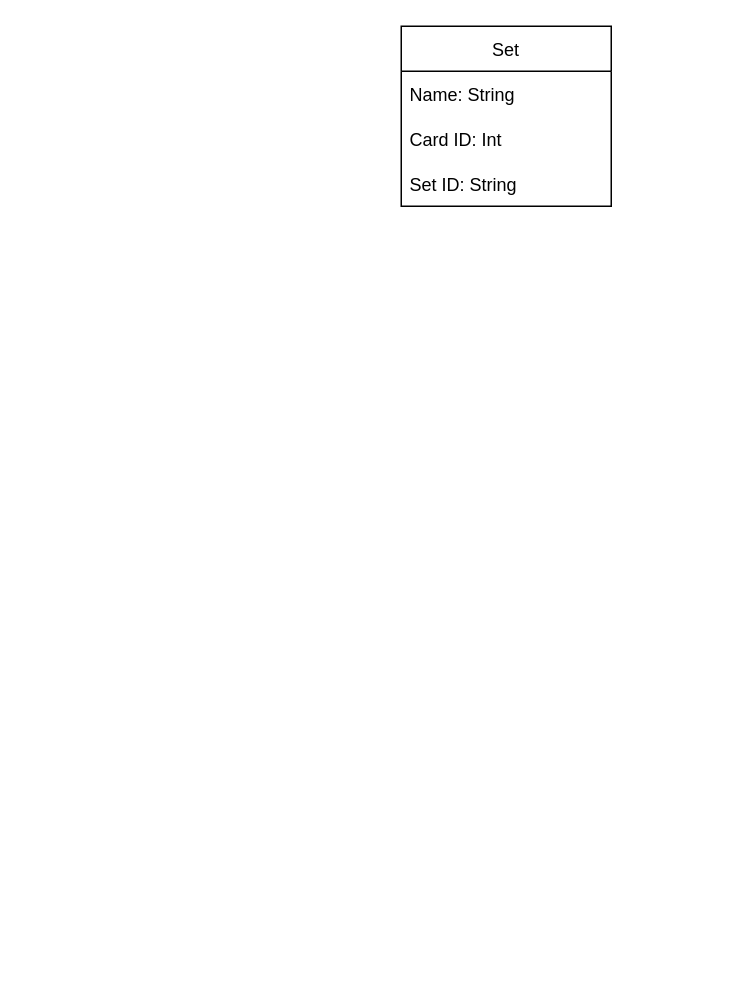
LiamFallon213/charts-diagrams.net- keeps this draw.io diagram as ERDiagram.drawio. Above is the earlier version. Source tidied: cells renumbered, new cells numbered last; positions are measured from the earlier drawing's top-left corner, leaving out a move shared by most shapes. Both pictures are drawn from the tidied source at 150%, with x=0, y=0 at pixel (400, 26).
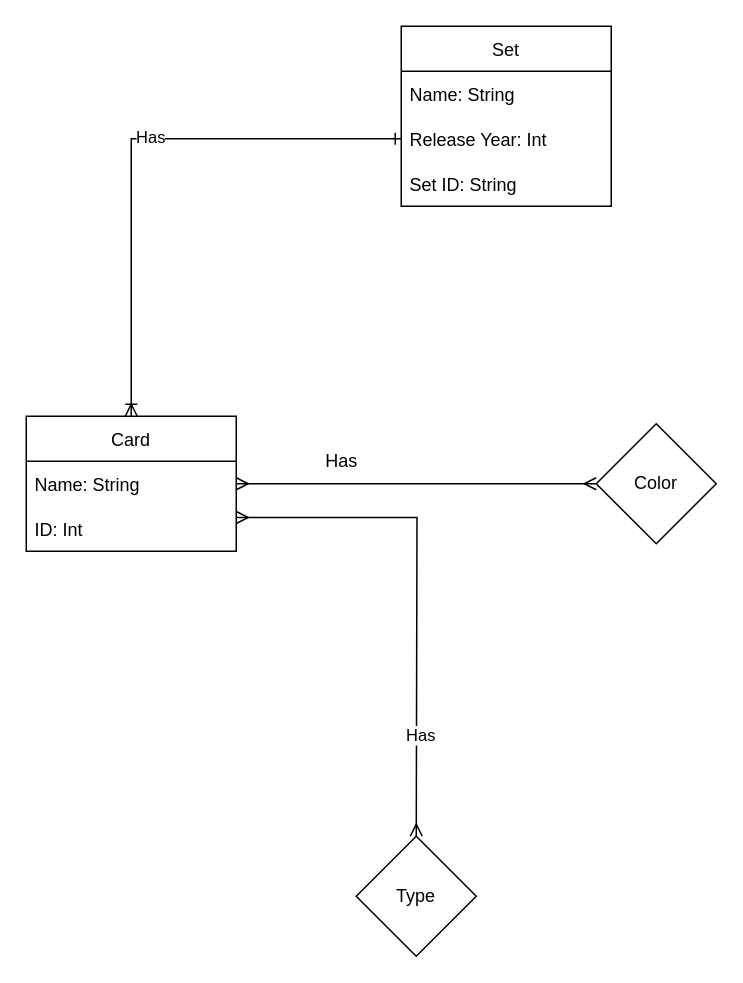
The same diagram, later.

Diff of the diagram source:
```diff
@@
 <mxGraphModel>
   <root>
     <mxCell id="0" />
     <mxCell id="1" parent="0" />
     <mxCell id="2" value="Set" style="swimlane;fontStyle=0;horizontal=1;startSize=30;" parent="1" vertex="1">
       <mxGeometry width="140" height="120" as="geometry" />
     </mxCell>
     <mxCell id="3" value="Name: String   " style="text;strokeColor=none;fillColor=none;align=left;verticalAlign=middle;spacingLeft=4;spacingRight=4;overflow=hidden;" parent="2" vertex="1">
       <mxGeometry y="30" width="140" height="30" as="geometry" />
     </mxCell>
-    <mxCell id="4" value="Card ID: Int" style="text;strokeColor=none;fillColor=none;align=left;verticalAlign=middle;spacingLeft=4;spacingRight=4;overflow=hidden;points=[[0,0.5],[1,0.5]];portConstraint=eastwest;" parent="2" vertex="1">
+    <mxCell id="4" value="Release Year: Int" style="text;strokeColor=none;fillColor=none;align=left;verticalAlign=middle;spacingLeft=4;spacingRight=4;overflow=hidden;points=[[0,0.5],[1,0.5]];portConstraint=eastwest;" parent="2" vertex="1">
       <mxGeometry y="60" width="140" height="30" as="geometry" />
     </mxCell>
     <mxCell id="5" value="Set ID: String" style="text;strokeColor=none;fillColor=none;align=left;verticalAlign=middle;spacingLeft=4;spacingRight=4;overflow=hidden;" parent="2" vertex="1">
       <mxGeometry y="90" width="140" height="30" as="geometry" />
     </mxCell>
+    <mxCell id="6" style="edgeStyle=orthogonalEdgeStyle;rounded=0;jettySize=auto;html=1;exitX=1;exitY=0.5;exitDx=0;exitDy=0;entryX=0;entryY=0.5;entryDx=0;entryDy=0;startArrow=ERmany;startFill=0;endArrow=ERmany;endFill=0;" parent="1" edge="1" source="9">
+      <mxGeometry relative="1" as="geometry">
+        <mxPoint x="130" y="305" as="targetPoint" />
+      </mxGeometry>
+    </mxCell>
+    <mxCell id="7" style="edgeStyle=orthogonalEdgeStyle;rounded=0;jettySize=auto;html=1;exitX=1;exitY=0.75;exitDx=0;exitDy=0;startArrow=ERmany;startFill=0;endArrow=ERmany;endFill=0;" parent="1" edge="1" source="9">
+      <mxGeometry relative="1" as="geometry">
+        <mxPoint x="10" y="540" as="targetPoint" />
+      </mxGeometry>
+    </mxCell>
+    <mxCell id="8" value="Has" style="edgeLabel;html=1;align=center;verticalAlign=middle;" parent="7" vertex="1">
+      <mxGeometry x="0.59" y="2" relative="1" as="geometry" />
+    </mxCell>
+    <mxCell id="9" value="Card" style="swimlane;fontStyle=0;horizontal=1;startSize=30;" parent="1" vertex="1">
+      <mxGeometry x="-250" y="260" width="140" height="90" as="geometry" />
+    </mxCell>
+    <mxCell id="10" value="Name: String" style="text;strokeColor=none;fillColor=none;align=left;verticalAlign=middle;spacingLeft=4;spacingRight=4;overflow=hidden;" parent="9" vertex="1">
+      <mxGeometry y="30" width="140" height="30" as="geometry" />
+    </mxCell>
+    <mxCell id="11" value="ID: Int" style="text;strokeColor=none;fillColor=none;align=left;verticalAlign=middle;spacingLeft=4;spacingRight=4;overflow=hidden;" parent="9" vertex="1">
+      <mxGeometry y="60" width="140" height="30" as="geometry" />
+    </mxCell>
+    <mxCell id="12" style="edgeStyle=orthogonalEdgeStyle;rounded=0;jettySize=auto;html=1;exitX=0;exitY=0.5;exitDx=0;exitDy=0;entryX=0.5;entryY=0;entryDx=0;entryDy=0;startArrow=ERone;startFill=0;endArrow=ERoneToMany;endFill=0;" parent="1" edge="1" source="4" target="9">
+      <mxGeometry relative="1" as="geometry" />
+    </mxCell>
+    <mxCell id="13" value="Has" style="edgeLabel;html=1;align=center;verticalAlign=middle;" parent="12" vertex="1">
+      <mxGeometry x="-0.08" y="-2" relative="1" as="geometry" />
+    </mxCell>
+    <mxCell id="14" value="Color" style="rhombus;whiteSpace=wrap;html=1;" parent="1" vertex="1">
+      <mxGeometry x="130" y="265" width="80" height="80" as="geometry" />
+    </mxCell>
+    <mxCell id="15" value="Type" style="rhombus;whiteSpace=wrap;html=1;" parent="1" vertex="1">
+      <mxGeometry x="-30" y="540" width="80" height="80" as="geometry" />
+    </mxCell>
+    <mxCell id="16" value="Has" style="text;html=1;align=center;verticalAlign=middle;strokeColor=none;fillColor=none;" parent="1" vertex="1">
+      <mxGeometry x="-65" y="275" width="50" height="30" as="geometry" />
+    </mxCell>
   </root>
 </mxGraphModel>
```
